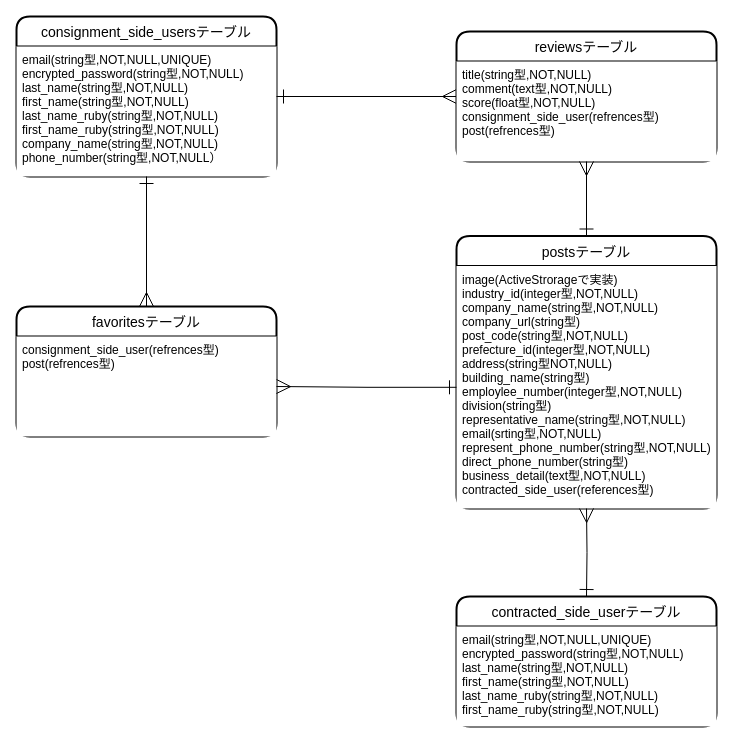
Above: er_diagram.dio in hiroki1121/assistance_company (draw.io), before the change. Source tidied: cells renumbered, new cells numbered last; positions are measured from the earlier drawing's top-left corner, leaving out a move shared by most shapes. Both pictures are drawn from the tidied source at 100%, with x=0, y=0 at pixel (16, 16).
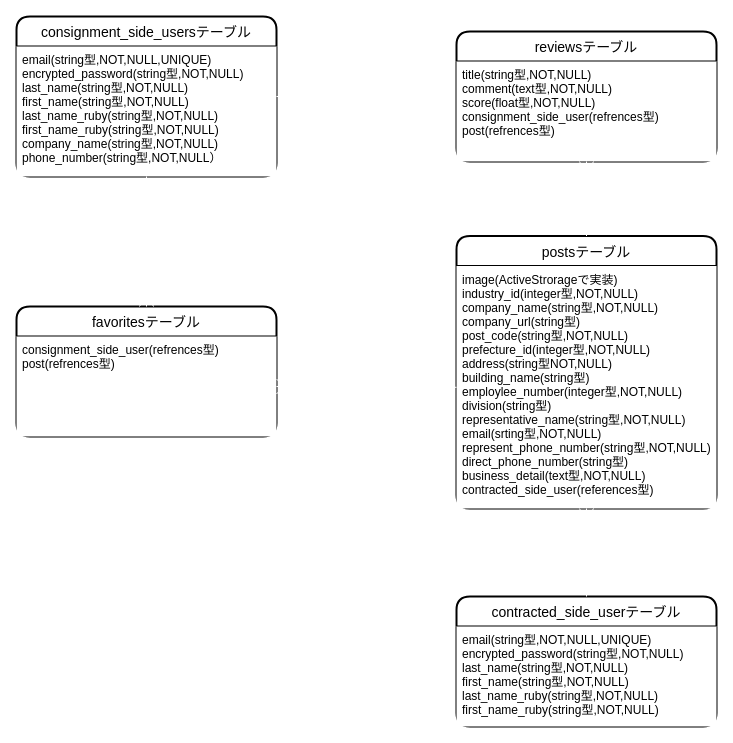
The same diagram, later.

What changed in the source:
```diff
@@
 <mxGraphModel>
   <root>
     <mxCell id="0" />
     <mxCell id="1" parent="0" />
     <mxCell id="2" value="consignment_side_usersテーブル" style="swimlane;horizontal=1;startSize=30;rounded=1;fontSize=14;fontStyle=0;strokeWidth=2;shadow=0;dashed=0;align=center;labelBackgroundColor=none;fillColor=#FFFFFF;fontColor=#000000;labelBorderColor=none;swimlaneFillColor=none;strokeColor=#000000;" parent="1" vertex="1">
       <mxGeometry width="260" height="160" as="geometry" />
     </mxCell>
     <mxCell id="3" value="email(string型,NOT,NULL,UNIQUE)&#10;encrypted_password(string型,NOT,NULL)&#10;last_name(string型,NOT,NULL)&#10;first_name(string型,NOT,NULL)&#10;last_name_ruby(string型,NOT,NULL)&#10;first_name_ruby(string型,NOT,NULL)&#10;company_name(string型,NOT,NULL)&#10;phone_number(string型,NOT,NULL）" style="align=left;strokeColor=none;spacingLeft=4;fontSize=12;verticalAlign=top;fillColor=#FFFFFF;fontColor=#000000;" parent="2" vertex="1">
       <mxGeometry y="30" width="260" height="130" as="geometry" />
     </mxCell>
     <mxCell id="4" value="contracted_side_userテーブル" style="swimlane;horizontal=1;startSize=30;rounded=1;fontSize=14;fontStyle=0;strokeWidth=2;shadow=0;dashed=0;align=center;labelBackgroundColor=none;fillColor=#FFFFFF;fontColor=#000000;labelBorderColor=none;swimlaneFillColor=none;strokeColor=#000000;" parent="1" vertex="1">
       <mxGeometry x="440" y="580" width="260" height="130" as="geometry" />
     </mxCell>
     <mxCell id="5" value="email(string型,NOT,NULL,UNIQUE)&#10;encrypted_password(string型,NOT,NULL)&#10;last_name(string型,NOT,NULL)&#10;first_name(string型,NOT,NULL)&#10;last_name_ruby(string型,NOT,NULL)&#10;first_name_ruby(string型,NOT,NULL)" style="align=left;strokeColor=none;spacingLeft=4;fontSize=12;verticalAlign=top;fillColor=#FFFFFF;fontColor=#000000;" parent="4" vertex="1">
       <mxGeometry y="30" width="260" height="100" as="geometry" />
     </mxCell>
     <mxCell id="6" value="postsテーブル" style="swimlane;horizontal=1;startSize=30;rounded=1;fontSize=14;fontStyle=0;strokeWidth=2;shadow=0;dashed=0;align=center;labelBackgroundColor=none;fillColor=#FFFFFF;fontColor=#000000;labelBorderColor=none;swimlaneFillColor=none;strokeColor=#000000;" parent="1" vertex="1">
       <mxGeometry x="440" y="219.5" width="260" height="272.5" as="geometry" />
     </mxCell>
     <mxCell id="7" value="image(ActiveStrorageで実装)&#10;industry_id(integer型,NOT,NULL)&#10;company_name(string型,NOT,NULL)&#10;company_url(string型)&#10;post_code(string型,NOT,NULL)&#10;prefecture_id(integer型,NOT,NULL)&#10;address(string型NOT,NULL)&#10;building_name(string型)&#10;employlee_number(integer型,NOT,NULL)&#10;division(string型)&#10;representative_name(string型,NOT,NULL)&#10;email(srting型,NOT,NULL)&#10;represent_phone_number(string型,NOT,NULL)&#10;direct_phone_number(string型)&#10;business_detail(text型,NOT,NULL)&#10;contracted_side_user(references型)" style="align=left;strokeColor=none;spacingLeft=4;fontSize=12;verticalAlign=top;fillColor=#FFFFFF;fontColor=#000000;" parent="6" vertex="1">
       <mxGeometry y="30" width="260" height="242.5" as="geometry" />
     </mxCell>
     <mxCell id="8" value="favoritesテーブル" style="swimlane;horizontal=1;startSize=30;rounded=1;fontSize=14;fontStyle=0;strokeWidth=2;shadow=0;dashed=0;align=center;labelBackgroundColor=none;fillColor=#FFFFFF;fontColor=#000000;labelBorderColor=none;swimlaneFillColor=none;strokeColor=#000000;" parent="1" vertex="1">
       <mxGeometry y="290" width="260" height="130" as="geometry" />
     </mxCell>
     <mxCell id="9" value="consignment_side_user(refrences型)&#10;post(refrences型)" style="align=left;strokeColor=none;spacingLeft=4;fontSize=12;verticalAlign=top;fillColor=#FFFFFF;fontColor=#000000;" parent="8" vertex="1">
       <mxGeometry y="30" width="260" height="100" as="geometry" />
     </mxCell>
-    <mxCell id="10" style="edgeStyle=orthogonalEdgeStyle;rounded=0;jettySize=auto;html=1;exitX=0.5;exitY=1;exitDx=0;exitDy=0;entryX=0.5;entryY=0;entryDx=0;entryDy=0;fontColor=#000000;endArrow=ERmany;endFill=0;startArrow=ERone;startFill=0;strokeWidth=1;endSize=12;startSize=12;" parent="1" edge="1" source="3" target="8">
+    <mxCell id="10" style="edgeStyle=orthogonalEdgeStyle;rounded=0;jettySize=auto;html=1;exitX=0.5;exitY=1;exitDx=0;exitDy=0;entryX=0.5;entryY=0;entryDx=0;entryDy=0;fontColor=#000000;endArrow=ERmany;endFill=0;startArrow=ERone;startFill=0;strokeWidth=1;endSize=12;startSize=12;strokeColor=#FFFFFF;" parent="1" edge="1" source="3" target="8">
       <mxGeometry relative="1" as="geometry" />
     </mxCell>
-    <mxCell id="11" style="edgeStyle=orthogonalEdgeStyle;rounded=0;jettySize=auto;html=1;startArrow=ERone;startFill=0;startSize=12;endArrow=ERmany;endFill=0;endSize=12;strokeWidth=1;fontColor=#000000;" parent="1" edge="1" source="7">
+    <mxCell id="11" style="edgeStyle=orthogonalEdgeStyle;rounded=0;jettySize=auto;html=1;startArrow=ERone;startFill=0;startSize=12;endArrow=ERmany;endFill=0;endSize=12;strokeWidth=1;fontColor=#000000;strokeColor=#FFFFFF;" parent="1" edge="1" source="7">
       <mxGeometry relative="1" as="geometry">
         <mxPoint x="260" y="370" as="targetPoint" />
       </mxGeometry>
     </mxCell>
-    <mxCell id="12" style="edgeStyle=orthogonalEdgeStyle;rounded=0;jettySize=auto;html=1;endSize=12;startSize=12;endArrow=ERmany;endFill=0;startArrow=ERone;startFill=0;" parent="1" edge="1" target="7">
+    <mxCell id="12" style="edgeStyle=orthogonalEdgeStyle;rounded=0;jettySize=auto;html=1;endSize=12;startSize=12;endArrow=ERmany;endFill=0;startArrow=ERone;startFill=0;strokeColor=#FFFFFF;" parent="1" edge="1" target="7">
       <mxGeometry relative="1" as="geometry">
         <mxPoint x="570" y="580" as="sourcePoint" />
       </mxGeometry>
     </mxCell>
-    <mxCell id="13" style="edgeStyle=orthogonalEdgeStyle;rounded=0;jettySize=auto;html=1;startArrow=ERone;startFill=0;startSize=12;endArrow=ERmany;endFill=0;endSize=12;exitX=1;exitY=0.5;exitDx=0;exitDy=0;" parent="1" edge="1" source="2" target="14">
+    <mxCell id="13" style="edgeStyle=orthogonalEdgeStyle;rounded=0;jettySize=auto;html=1;startArrow=ERone;startFill=0;startSize=12;endArrow=ERmany;endFill=0;endSize=12;exitX=1;exitY=0.5;exitDx=0;exitDy=0;strokeColor=#FFFFFF;" parent="1" edge="1" source="2" target="14">
       <mxGeometry relative="1" as="geometry" />
     </mxCell>
     <mxCell id="14" value="reviewsテーブル" style="swimlane;horizontal=1;startSize=30;rounded=1;fontSize=14;fontStyle=0;strokeWidth=2;shadow=0;dashed=0;align=center;labelBackgroundColor=none;fillColor=#FFFFFF;fontColor=#000000;labelBorderColor=none;swimlaneFillColor=none;strokeColor=#000000;" parent="1" vertex="1">
       <mxGeometry x="440" y="15" width="260" height="130" as="geometry" />
     </mxCell>
     <mxCell id="15" value="title(string型,NOT,NULL)&#10;comment(text型,NOT,NULL)&#10;score(float型,NOT,NULL)&#10;consignment_side_user(refrences型)&#10;post(refrences型)" style="align=left;strokeColor=none;spacingLeft=4;fontSize=12;verticalAlign=top;fillColor=#FFFFFF;fontColor=#000000;" parent="14" vertex="1">
       <mxGeometry y="30" width="260" height="100" as="geometry" />
     </mxCell>
     <mxCell id="16" style="align=left;strokeColor=none;spacingLeft=4;fontSize=12;verticalAlign=top;fillColor=#FFFFFF;fontColor=#000000;" parent="14" vertex="1">
       <mxGeometry y="130" width="260" as="geometry" />
     </mxCell>
-    <mxCell id="17" style="edgeStyle=orthogonalEdgeStyle;rounded=0;jettySize=auto;html=1;startArrow=ERone;startFill=0;startSize=12;endArrow=ERmany;endFill=0;endSize=12;exitX=0.5;exitY=0;exitDx=0;exitDy=0;" parent="1" edge="1" source="6" target="15">
+    <mxCell id="17" style="edgeStyle=orthogonalEdgeStyle;rounded=0;jettySize=auto;html=1;startArrow=ERone;startFill=0;startSize=12;endArrow=ERmany;endFill=0;endSize=12;exitX=0.5;exitY=0;exitDx=0;exitDy=0;strokeColor=#FFFFFF;" parent="1" edge="1" source="6" target="15">
       <mxGeometry relative="1" as="geometry" />
     </mxCell>
   </root>
 </mxGraphModel>
```
